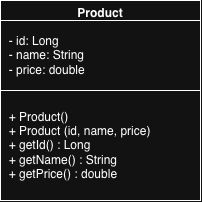
mineli-kahanda/products-api keeps this draw.io diagram as docs/uml/Product.drawio.png. Above is the earlier version. Source tidied: cells renumbered, new cells last; positions are measured from the earlier drawing's top-left corner, leaving out a move shared by most shapes.
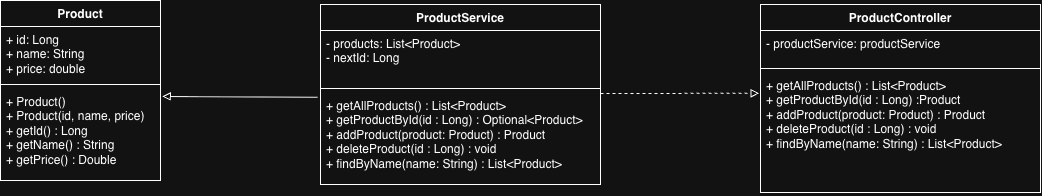
After the commit.

What changed in the source:
```diff
@@ -2,14 +2,49 @@
   <root>
     <mxCell id="0" />
     <mxCell id="1" parent="0" />
-    <mxCell id="2" value="Product" style="swimlane;" parent="1" vertex="1">
-      <mxGeometry width="200" height="200" as="geometry" />
+    <mxCell id="2" value="Product" style="swimlane;fontStyle=1;align=center;verticalAlign=top;horizontal=1;startSize=26;whiteSpace=wrap;html=1;" parent="1" vertex="1">
+      <mxGeometry width="160" height="180" as="geometry" />
     </mxCell>
-    <mxCell id="3" value="&lt;span style=&quot;background-color: transparent; color: light-dark(rgb(0, 0, 0), rgb(255, 255, 255));&quot;&gt;&amp;nbsp; - id: Long&lt;/span&gt;&lt;br&gt;&lt;span style=&quot;background-color: transparent; color: light-dark(rgb(0, 0, 0), rgb(255, 255, 255));&quot;&gt;&amp;nbsp; - name: String&lt;/span&gt;&lt;br&gt;&lt;span style=&quot;background-color: transparent; color: light-dark(rgb(0, 0, 0), rgb(255, 255, 255));&quot;&gt;&amp;nbsp; - price: double&lt;/span&gt;" style="whiteSpace=wrap;html=1;align=left;" parent="2" vertex="1">
-      <mxGeometry y="20" width="200" height="70" as="geometry" />
-    </mxCell>
-    <mxCell id="4" value="&lt;span style=&quot;color: light-dark(rgb(0, 0, 0), rgb(255, 255, 255)); background-color: transparent;&quot;&gt;&amp;nbsp; + Product()&lt;/span&gt;&lt;br style=&quot;&quot;&gt;&lt;div&gt;&amp;nbsp; + Product (id, name, price)&lt;span style=&quot;color: light-dark(rgb(0, 0, 0), rgb(255, 255, 255)); background-color: transparent;&quot;&gt;&lt;/span&gt;&lt;/div&gt;&lt;div&gt;&amp;nbsp; + getId() : Long&lt;/div&gt;&lt;div&gt;&amp;nbsp; + getName() : String&lt;/div&gt;&lt;div&gt;&amp;nbsp; + getPrice() : double&lt;/div&gt;" style="whiteSpace=wrap;html=1;align=left;" parent="2" vertex="1">
-      <mxGeometry y="90" width="200" height="110" as="geometry" />
-    </mxCell>
+    <mxCell id="5" value="+ id: Long&lt;div&gt;+ name: String&lt;div&gt;+ price: double&lt;div&gt;&lt;br&gt;&lt;/div&gt;&lt;/div&gt;&lt;/div&gt;" style="text;strokeColor=none;fillColor=none;align=left;verticalAlign=top;spacingLeft=4;spacingRight=4;overflow=hidden;whiteSpace=wrap;html=1;" parent="2" vertex="1">
+      <mxGeometry y="26" width="160" height="54" as="geometry" />
+    </mxCell>
+    <mxCell id="6" style="line;strokeWidth=1;fillColor=none;align=left;verticalAlign=middle;spacingTop=-1;spacingLeft=3;spacingRight=3;labelPosition=right;strokeColor=inherit;" parent="2" vertex="1">
+      <mxGeometry y="80" width="160" height="8" as="geometry" />
+    </mxCell>
+    <mxCell id="7" value="+ Product()&lt;div&gt;+ Product(id, name, price)&lt;/div&gt;&lt;div&gt;+ getId() : Long&lt;/div&gt;&lt;div&gt;+ getName() : String&lt;/div&gt;&lt;div&gt;+ getPrice() : Double&lt;/div&gt;" style="text;strokeColor=none;fillColor=none;align=left;verticalAlign=top;spacingLeft=4;spacingRight=4;overflow=hidden;points=[[0,0.5],[1,0.5]];portConstraint=eastwest;whiteSpace=wrap;html=1;" parent="2" vertex="1">
+      <mxGeometry y="88" width="160" height="92" as="geometry" />
+    </mxCell>
+    <mxCell id="8" value="ProductService" style="swimlane;fontStyle=1;align=center;verticalAlign=top;horizontal=1;startSize=26;whiteSpace=wrap;html=1;" parent="1" vertex="1">
+      <mxGeometry x="320" y="4" width="280" height="180" as="geometry" />
+    </mxCell>
+    <mxCell id="9" value="- products: List&amp;lt;Product&amp;gt;&lt;div&gt;- nextId: Long&lt;/div&gt;" style="text;strokeColor=none;fillColor=none;align=left;verticalAlign=top;spacingLeft=4;spacingRight=4;overflow=hidden;whiteSpace=wrap;html=1;" parent="8" vertex="1">
+      <mxGeometry y="26" width="280" height="54" as="geometry" />
+    </mxCell>
+    <mxCell id="10" style="line;strokeWidth=1;fillColor=none;align=left;verticalAlign=middle;spacingTop=-1;spacingLeft=3;spacingRight=3;labelPosition=right;strokeColor=inherit;" parent="8" vertex="1">
+      <mxGeometry y="80" width="280" height="8" as="geometry" />
+    </mxCell>
+    <mxCell id="11" value="+ getAllProducts() : List&amp;lt;Product&amp;gt;&lt;div&gt;+ getProductById(id : Long) :&amp;nbsp;&lt;span style=&quot;background-color: transparent; color: light-dark(rgb(0, 0, 0), rgb(255, 255, 255));&quot;&gt;Optional&amp;lt;Product&amp;gt;&lt;/span&gt;&lt;/div&gt;&lt;div&gt;+ addProduct(p&lt;span style=&quot;background-color: transparent; color: light-dark(rgb(0, 0, 0), rgb(255, 255, 255));&quot;&gt;roduct:&amp;nbsp;&lt;/span&gt;&lt;span style=&quot;background-color: transparent; color: light-dark(rgb(0, 0, 0), rgb(255, 255, 255));&quot;&gt;Product&lt;/span&gt;&lt;span style=&quot;background-color: transparent; color: light-dark(rgb(0, 0, 0), rgb(255, 255, 255));&quot;&gt;) :&amp;nbsp;&lt;/span&gt;&lt;span style=&quot;background-color: transparent; color: light-dark(rgb(0, 0, 0), rgb(255, 255, 255));&quot;&gt;Product&lt;/span&gt;&lt;/div&gt;&lt;div&gt;+ delete&lt;span style=&quot;background-color: transparent; color: light-dark(rgb(0, 0, 0), rgb(255, 255, 255));&quot;&gt;Product&lt;/span&gt;&lt;span style=&quot;background-color: transparent; color: light-dark(rgb(0, 0, 0), rgb(255, 255, 255));&quot;&gt;(id : Long) : void&lt;/span&gt;&lt;/div&gt;&lt;div&gt;+ findByName(name: String) :&amp;nbsp;&lt;span style=&quot;background-color: transparent; color: light-dark(rgb(0, 0, 0), rgb(255, 255, 255));&quot;&gt;List&amp;lt;Product&amp;gt;&lt;/span&gt;&lt;/div&gt;" style="text;strokeColor=none;fillColor=none;align=left;verticalAlign=top;spacingLeft=4;spacingRight=4;overflow=hidden;points=[[0,0.5],[1,0.5]];portConstraint=eastwest;whiteSpace=wrap;html=1;" parent="8" vertex="1">
+      <mxGeometry y="88" width="280" height="92" as="geometry" />
+    </mxCell>
+    <mxCell id="12" value="ProductController" style="swimlane;fontStyle=1;align=center;verticalAlign=top;horizontal=1;startSize=26;whiteSpace=wrap;html=1;" parent="1" vertex="1">
+      <mxGeometry x="760" y="4" width="280" height="188" as="geometry" />
+    </mxCell>
+    <mxCell id="13" value="- productService: productService" style="text;strokeColor=none;fillColor=none;align=left;verticalAlign=top;spacingLeft=4;spacingRight=4;overflow=hidden;whiteSpace=wrap;html=1;" parent="12" vertex="1">
+      <mxGeometry y="26" width="280" height="34" as="geometry" />
+    </mxCell>
+    <mxCell id="14" style="line;strokeWidth=1;fillColor=none;align=left;verticalAlign=middle;spacingTop=-1;spacingLeft=3;spacingRight=3;labelPosition=right;strokeColor=inherit;" parent="12" vertex="1">
+      <mxGeometry y="60" width="280" height="8" as="geometry" />
+    </mxCell>
+    <mxCell id="15" value="+ getAllProducts() : List&amp;lt;Product&amp;gt;&lt;div&gt;+ getProductById(id : Long) :&lt;span style=&quot;background-color: transparent; color: light-dark(rgb(0, 0, 0), rgb(255, 255, 255));&quot;&gt;Product&lt;/span&gt;&lt;/div&gt;&lt;div&gt;+ addProduct(p&lt;span style=&quot;background-color: transparent; color: light-dark(rgb(0, 0, 0), rgb(255, 255, 255));&quot;&gt;roduct:&amp;nbsp;&lt;/span&gt;&lt;span style=&quot;background-color: transparent; color: light-dark(rgb(0, 0, 0), rgb(255, 255, 255));&quot;&gt;Product&lt;/span&gt;&lt;span style=&quot;background-color: transparent; color: light-dark(rgb(0, 0, 0), rgb(255, 255, 255));&quot;&gt;) :&amp;nbsp;&lt;/span&gt;&lt;span style=&quot;background-color: transparent; color: light-dark(rgb(0, 0, 0), rgb(255, 255, 255));&quot;&gt;Product&lt;/span&gt;&lt;/div&gt;&lt;div&gt;+ delete&lt;span style=&quot;background-color: transparent; color: light-dark(rgb(0, 0, 0), rgb(255, 255, 255));&quot;&gt;Product&lt;/span&gt;&lt;span style=&quot;background-color: transparent; color: light-dark(rgb(0, 0, 0), rgb(255, 255, 255));&quot;&gt;(id : Long) : void&lt;/span&gt;&lt;/div&gt;&lt;div&gt;+ findByName(name: String) :&amp;nbsp;&lt;span style=&quot;background-color: transparent; color: light-dark(rgb(0, 0, 0), rgb(255, 255, 255));&quot;&gt;List&amp;lt;Product&amp;gt;&lt;/span&gt;&lt;/div&gt;" style="text;strokeColor=none;fillColor=none;align=left;verticalAlign=top;spacingLeft=4;spacingRight=4;overflow=hidden;points=[[0,0.5],[1,0.5]];portConstraint=eastwest;whiteSpace=wrap;html=1;" parent="12" vertex="1">
+      <mxGeometry y="68" width="280" height="120" as="geometry" />
+    </mxCell>
+    <mxCell id="16" style="endArrow=block;html=1;rounded=1;entryX=-0.005;entryY=0.173;entryDx=0;entryDy=0;entryPerimeter=0;dashed=1;strokeColor=default;curved=0;endFill=0;" parent="1" edge="1" target="15">
+      <mxGeometry relative="1" as="geometry">
+        <mxPoint x="600" y="93" as="sourcePoint" />
+      </mxGeometry>
+    </mxCell>
+    <mxCell id="17" style="endArrow=none;html=1;rounded=0;exitX=1.011;exitY=0.087;exitDx=0;exitDy=0;exitPerimeter=0;entryX=-0.011;entryY=0.052;entryDx=0;entryDy=0;entryPerimeter=0;startArrow=block;startFill=0;" parent="1" edge="1" source="7" target="11">
+      <mxGeometry relative="1" as="geometry" />
+    </mxCell>
   </root>
 </mxGraphModel>
```
